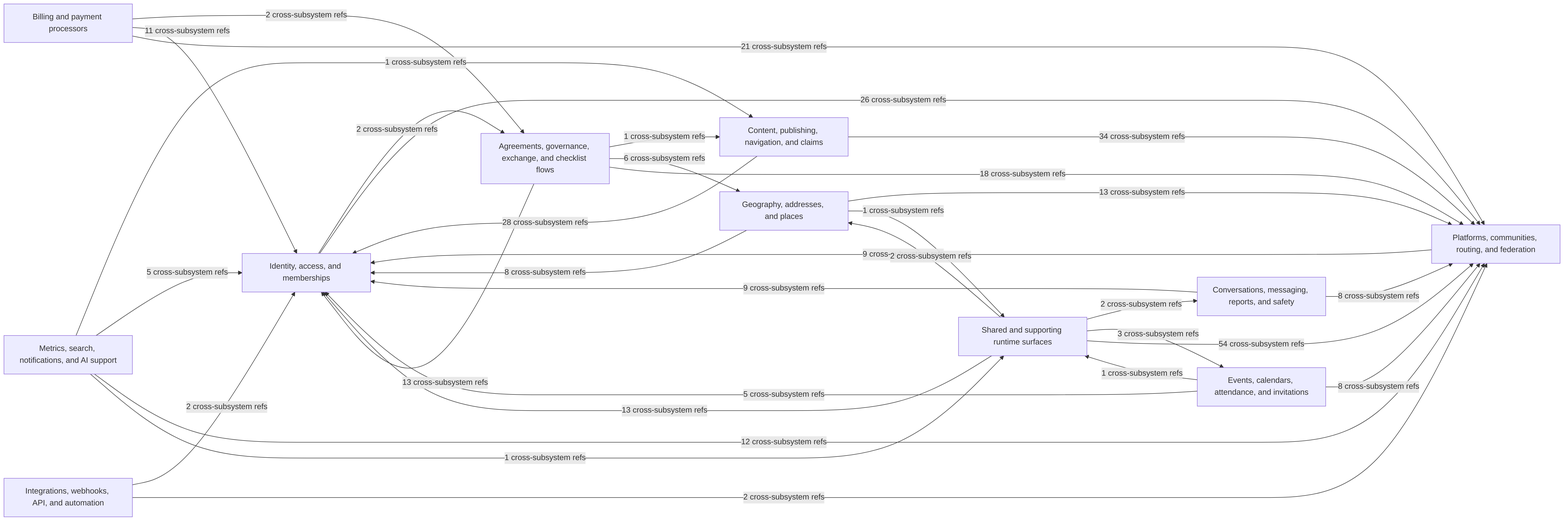
better-together-org/community-engine-rails keeps this Mermaid diagram as docs/diagrams/exports/png/ce_subsystem_interaction_map.png. Above is the earlier version. Its source is kept beside it as docs/diagrams/source/ce_subsystem_interaction_map.mmd. Its diagram source:
```mermaid
flowchart LR
  identity_access["Identity, access, and memberships"]
  platform_network["Platforms, communities, routing, and federation"]
  content_publishing["Content, publishing, navigation, and claims"]
  geography_and_places["Geography, addresses, and places"]
  events_calendar["Events, calendars, attendance, and invitations"]
  conversations_safety["Conversations, messaging, reports, and safety"]
  exchange_governance["Agreements, governance, exchange, and checklist flows"]
  metrics_search_ai["Metrics, search, notifications, and AI support"]
  integrations_webhooks["Integrations, webhooks, API, and automation"]
  billing["Billing and payment processors"]
  shared_supporting["Shared and supporting runtime surfaces"]

  billing -->|2 cross-subsystem refs| exchange_governance
  billing -->|11 cross-subsystem refs| identity_access
  billing -->|21 cross-subsystem refs| platform_network
  content_publishing -->|28 cross-subsystem refs| identity_access
  content_publishing -->|34 cross-subsystem refs| platform_network
  conversations_safety -->|9 cross-subsystem refs| identity_access
  conversations_safety -->|8 cross-subsystem refs| platform_network
  events_calendar -->|5 cross-subsystem refs| identity_access
  events_calendar -->|8 cross-subsystem refs| platform_network
  events_calendar -->|1 cross-subsystem refs| shared_supporting
  exchange_governance -->|1 cross-subsystem refs| content_publishing
  exchange_governance -->|6 cross-subsystem refs| geography_and_places
  exchange_governance -->|13 cross-subsystem refs| identity_access
  exchange_governance -->|18 cross-subsystem refs| platform_network
  geography_and_places -->|8 cross-subsystem refs| identity_access
  geography_and_places -->|13 cross-subsystem refs| platform_network
  geography_and_places -->|1 cross-subsystem refs| shared_supporting
  identity_access -->|2 cross-subsystem refs| exchange_governance
  identity_access -->|26 cross-subsystem refs| platform_network
  integrations_webhooks -->|2 cross-subsystem refs| identity_access
  integrations_webhooks -->|2 cross-subsystem refs| platform_network
  metrics_search_ai -->|1 cross-subsystem refs| content_publishing
  metrics_search_ai -->|5 cross-subsystem refs| identity_access
  metrics_search_ai -->|12 cross-subsystem refs| platform_network
  metrics_search_ai -->|1 cross-subsystem refs| shared_supporting
  platform_network -->|9 cross-subsystem refs| identity_access
  shared_supporting -->|2 cross-subsystem refs| conversations_safety
  shared_supporting -->|3 cross-subsystem refs| events_calendar
  shared_supporting -->|2 cross-subsystem refs| geography_and_places
  shared_supporting -->|13 cross-subsystem refs| identity_access
  shared_supporting -->|54 cross-subsystem refs| platform_network
```
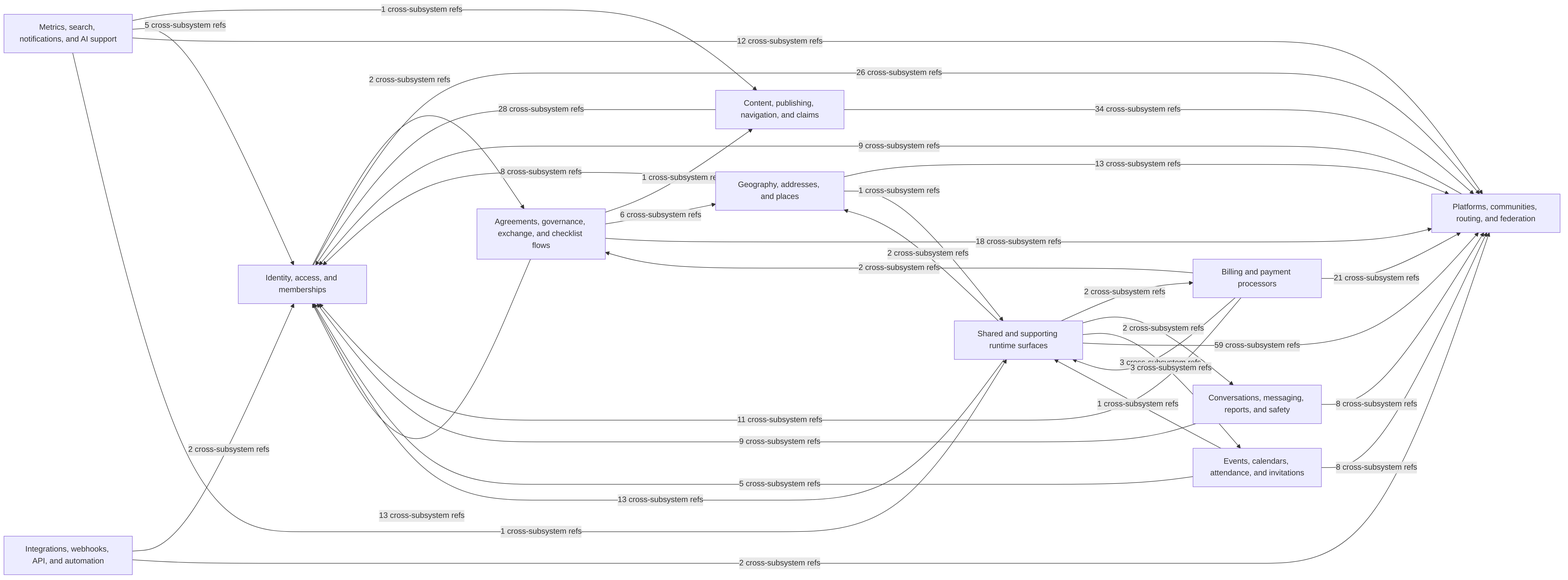
Above is the later version.

Diff of the diagram source:
```diff
@@ -14,6 +14,7 @@
   billing -->|2 cross-subsystem refs| exchange_governance
   billing -->|11 cross-subsystem refs| identity_access
   billing -->|21 cross-subsystem refs| platform_network
+  billing -->|3 cross-subsystem refs| shared_supporting
   content_publishing -->|28 cross-subsystem refs| identity_access
   content_publishing -->|34 cross-subsystem refs| platform_network
   conversations_safety -->|9 cross-subsystem refs| identity_access
@@ -37,8 +38,9 @@
   metrics_search_ai -->|12 cross-subsystem refs| platform_network
   metrics_search_ai -->|1 cross-subsystem refs| shared_supporting
   platform_network -->|9 cross-subsystem refs| identity_access
+  shared_supporting -->|2 cross-subsystem refs| billing
   shared_supporting -->|2 cross-subsystem refs| conversations_safety
   shared_supporting -->|3 cross-subsystem refs| events_calendar
   shared_supporting -->|2 cross-subsystem refs| geography_and_places
   shared_supporting -->|13 cross-subsystem refs| identity_access
-  shared_supporting -->|54 cross-subsystem refs| platform_network
+  shared_supporting -->|59 cross-subsystem refs| platform_network
```
